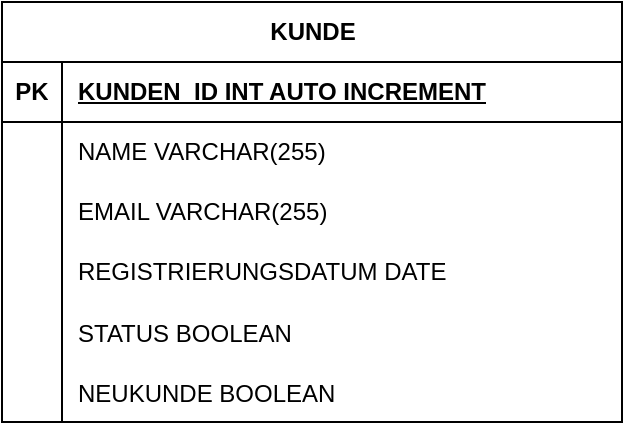
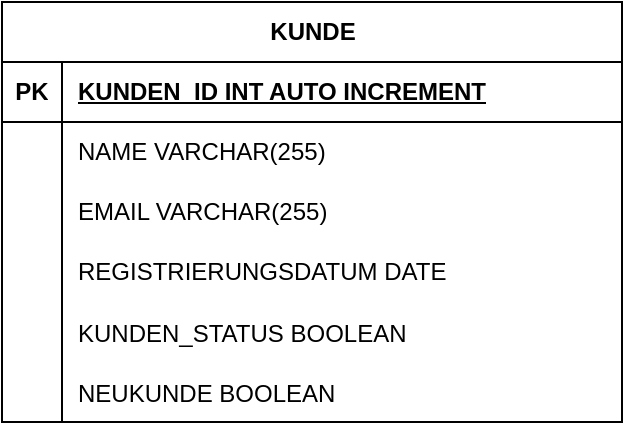
<mxfile host="app.diagrams.net" agent="Mozilla/5.0 (Windows NT 10.0; Win64; x64) AppleWebKit/537.36 (KHTML, like Gecko) Chrome/148.0.0.0 Safari/537.36" version="29.3.6">
  <diagram name="Seite-1" id="esvDzkoCngcDTCUIbyGO">
-     <mxGraphModel dx="466" dy="827" grid="1" gridSize="10" guides="1" tooltips="1" connect="1" arrows="0" fold="1" page="1" pageScale="1" pageWidth="1169" pageHeight="827" math="0" shadow="0">
+     <mxGraphModel dx="1426" dy="819" grid="1" gridSize="10" guides="1" tooltips="1" connect="1" arrows="0" fold="1" page="1" pageScale="1" pageWidth="1169" pageHeight="827" math="0" shadow="0">
      <root>
        <mxCell id="0" />
        <mxCell id="1" parent="0" />
        <mxCell id="OSuL8ul5mMlBHbAn7jXh-1" parent="1" style="shape=table;startSize=30;container=1;collapsible=1;childLayout=tableLayout;fixedRows=1;rowLines=0;fontStyle=1;align=center;resizeLast=1;html=1;" value="KUNDE" vertex="1">
-           <mxGeometry height="210" width="310" x="30" y="60" as="geometry" />
+           <mxGeometry height="210" width="310" x="260" y="110" as="geometry" />
        </mxCell>
        <mxCell id="OSuL8ul5mMlBHbAn7jXh-2" parent="OSuL8ul5mMlBHbAn7jXh-1" style="shape=tableRow;horizontal=0;startSize=0;swimlaneHead=0;swimlaneBody=0;fillColor=none;collapsible=0;dropTarget=0;points=[[0,0.5],[1,0.5]];portConstraint=eastwest;top=0;left=0;right=0;bottom=1;" value="" vertex="1">
          <mxGeometry height="30" width="310" y="30" as="geometry" />
        </mxCell>
        <mxCell id="OSuL8ul5mMlBHbAn7jXh-3" parent="OSuL8ul5mMlBHbAn7jXh-2" style="shape=partialRectangle;connectable=0;fillColor=none;top=0;left=0;bottom=0;right=0;fontStyle=1;overflow=hidden;whiteSpace=wrap;html=1;" value="PK" vertex="1">
          <mxGeometry height="30" width="30" as="geometry">
            <mxRectangle height="30" width="30" as="alternateBounds" />
          </mxGeometry>
        </mxCell>
        <mxCell id="OSuL8ul5mMlBHbAn7jXh-4" parent="OSuL8ul5mMlBHbAn7jXh-2" style="shape=partialRectangle;connectable=0;fillColor=none;top=0;left=0;bottom=0;right=0;align=left;spacingLeft=6;fontStyle=5;overflow=hidden;whiteSpace=wrap;html=1;" value="KUNDEN_ID INT AUTO INCREMENT" vertex="1">
          <mxGeometry height="30" width="280" x="30" as="geometry">
            <mxRectangle height="30" width="280" as="alternateBounds" />
          </mxGeometry>
        </mxCell>
        <mxCell id="OSuL8ul5mMlBHbAn7jXh-5" parent="OSuL8ul5mMlBHbAn7jXh-1" style="shape=tableRow;horizontal=0;startSize=0;swimlaneHead=0;swimlaneBody=0;fillColor=none;collapsible=0;dropTarget=0;points=[[0,0.5],[1,0.5]];portConstraint=eastwest;top=0;left=0;right=0;bottom=0;" value="" vertex="1">
          <mxGeometry height="30" width="310" y="60" as="geometry" />
        </mxCell>
        <mxCell id="OSuL8ul5mMlBHbAn7jXh-6" parent="OSuL8ul5mMlBHbAn7jXh-5" style="shape=partialRectangle;connectable=0;fillColor=none;top=0;left=0;bottom=0;right=0;editable=1;overflow=hidden;whiteSpace=wrap;html=1;" value="" vertex="1">
          <mxGeometry height="30" width="30" as="geometry">
            <mxRectangle height="30" width="30" as="alternateBounds" />
          </mxGeometry>
        </mxCell>
        <mxCell id="OSuL8ul5mMlBHbAn7jXh-7" parent="OSuL8ul5mMlBHbAn7jXh-5" style="shape=partialRectangle;connectable=0;fillColor=none;top=0;left=0;bottom=0;right=0;align=left;spacingLeft=6;overflow=hidden;whiteSpace=wrap;html=1;" value="NAME VARCHAR(255&lt;span style=&quot;background-color: transparent; color: light-dark(rgb(0, 0, 0), rgb(255, 255, 255));&quot;&gt;)&amp;nbsp;&lt;/span&gt;" vertex="1">
          <mxGeometry height="30" width="280" x="30" as="geometry">
            <mxRectangle height="30" width="280" as="alternateBounds" />
          </mxGeometry>
        </mxCell>
        <mxCell id="OSuL8ul5mMlBHbAn7jXh-8" parent="OSuL8ul5mMlBHbAn7jXh-1" style="shape=tableRow;horizontal=0;startSize=0;swimlaneHead=0;swimlaneBody=0;fillColor=none;collapsible=0;dropTarget=0;points=[[0,0.5],[1,0.5]];portConstraint=eastwest;top=0;left=0;right=0;bottom=0;" value="" vertex="1">
          <mxGeometry height="30" width="310" y="90" as="geometry" />
        </mxCell>
        <mxCell id="OSuL8ul5mMlBHbAn7jXh-9" parent="OSuL8ul5mMlBHbAn7jXh-8" style="shape=partialRectangle;connectable=0;fillColor=none;top=0;left=0;bottom=0;right=0;editable=1;overflow=hidden;whiteSpace=wrap;html=1;" value="" vertex="1">
          <mxGeometry height="30" width="30" as="geometry">
            <mxRectangle height="30" width="30" as="alternateBounds" />
          </mxGeometry>
        </mxCell>
        <mxCell id="OSuL8ul5mMlBHbAn7jXh-10" parent="OSuL8ul5mMlBHbAn7jXh-8" style="shape=partialRectangle;connectable=0;fillColor=none;top=0;left=0;bottom=0;right=0;align=left;spacingLeft=6;overflow=hidden;whiteSpace=wrap;html=1;" value="EMAIL VARCHAR(255)" vertex="1">
          <mxGeometry height="30" width="280" x="30" as="geometry">
            <mxRectangle height="30" width="280" as="alternateBounds" />
          </mxGeometry>
        </mxCell>
        <mxCell id="OSuL8ul5mMlBHbAn7jXh-11" parent="OSuL8ul5mMlBHbAn7jXh-1" style="shape=tableRow;horizontal=0;startSize=0;swimlaneHead=0;swimlaneBody=0;fillColor=none;collapsible=0;dropTarget=0;points=[[0,0.5],[1,0.5]];portConstraint=eastwest;top=0;left=0;right=0;bottom=0;" value="" vertex="1">
          <mxGeometry height="30" width="310" y="120" as="geometry" />
        </mxCell>
        <mxCell id="OSuL8ul5mMlBHbAn7jXh-12" parent="OSuL8ul5mMlBHbAn7jXh-11" style="shape=partialRectangle;connectable=0;fillColor=none;top=0;left=0;bottom=0;right=0;editable=1;overflow=hidden;whiteSpace=wrap;html=1;" value="" vertex="1">
          <mxGeometry height="30" width="30" as="geometry">
            <mxRectangle height="30" width="30" as="alternateBounds" />
          </mxGeometry>
        </mxCell>
        <mxCell id="OSuL8ul5mMlBHbAn7jXh-13" parent="OSuL8ul5mMlBHbAn7jXh-11" style="shape=partialRectangle;connectable=0;fillColor=none;top=0;left=0;bottom=0;right=0;align=left;spacingLeft=6;overflow=hidden;whiteSpace=wrap;html=1;" value="REGISTRIERUNGSDATUM DATE" vertex="1">
          <mxGeometry height="30" width="280" x="30" as="geometry">
            <mxRectangle height="30" width="280" as="alternateBounds" />
          </mxGeometry>
        </mxCell>
        <mxCell id="OSuL8ul5mMlBHbAn7jXh-14" parent="OSuL8ul5mMlBHbAn7jXh-1" style="shape=tableRow;horizontal=0;startSize=0;swimlaneHead=0;swimlaneBody=0;fillColor=none;collapsible=0;dropTarget=0;points=[[0,0.5],[1,0.5]];portConstraint=eastwest;top=0;left=0;right=0;bottom=0;" value="" vertex="1">
          <mxGeometry height="30" width="310" y="150" as="geometry" />
        </mxCell>
        <mxCell id="OSuL8ul5mMlBHbAn7jXh-15" parent="OSuL8ul5mMlBHbAn7jXh-14" style="shape=partialRectangle;connectable=0;fillColor=none;top=0;left=0;bottom=0;right=0;editable=1;overflow=hidden;" value="" vertex="1">
          <mxGeometry height="30" width="30" as="geometry">
            <mxRectangle height="30" width="30" as="alternateBounds" />
          </mxGeometry>
        </mxCell>
-         <mxCell id="OSuL8ul5mMlBHbAn7jXh-16" parent="OSuL8ul5mMlBHbAn7jXh-14" style="shape=partialRectangle;connectable=0;fillColor=none;top=0;left=0;bottom=0;right=0;align=left;spacingLeft=6;overflow=hidden;" value="STATUS BOOLEAN" vertex="1">
+         <mxCell id="OSuL8ul5mMlBHbAn7jXh-16" parent="OSuL8ul5mMlBHbAn7jXh-14" style="shape=partialRectangle;connectable=0;fillColor=none;top=0;left=0;bottom=0;right=0;align=left;spacingLeft=6;overflow=hidden;" value="KUNDEN_STATUS BOOLEAN" vertex="1">
          <mxGeometry height="30" width="280" x="30" as="geometry">
            <mxRectangle height="30" width="280" as="alternateBounds" />
          </mxGeometry>
        </mxCell>
        <mxCell id="OSuL8ul5mMlBHbAn7jXh-17" parent="OSuL8ul5mMlBHbAn7jXh-1" style="shape=tableRow;horizontal=0;startSize=0;swimlaneHead=0;swimlaneBody=0;fillColor=none;collapsible=0;dropTarget=0;points=[[0,0.5],[1,0.5]];portConstraint=eastwest;top=0;left=0;right=0;bottom=0;" value="" vertex="1">
          <mxGeometry height="30" width="310" y="180" as="geometry" />
        </mxCell>
        <mxCell id="OSuL8ul5mMlBHbAn7jXh-18" parent="OSuL8ul5mMlBHbAn7jXh-17" style="shape=partialRectangle;connectable=0;fillColor=none;top=0;left=0;bottom=0;right=0;editable=1;overflow=hidden;" value="" vertex="1">
          <mxGeometry height="30" width="30" as="geometry">
            <mxRectangle height="30" width="30" as="alternateBounds" />
          </mxGeometry>
        </mxCell>
        <mxCell id="OSuL8ul5mMlBHbAn7jXh-19" parent="OSuL8ul5mMlBHbAn7jXh-17" style="shape=partialRectangle;connectable=0;fillColor=none;top=0;left=0;bottom=0;right=0;align=left;spacingLeft=6;overflow=hidden;" value="NEUKUNDE BOOLEAN" vertex="1">
          <mxGeometry height="30" width="280" x="30" as="geometry">
            <mxRectangle height="30" width="280" as="alternateBounds" />
          </mxGeometry>
        </mxCell>
      </root>
    </mxGraphModel>
  </diagram>
</mxfile>
